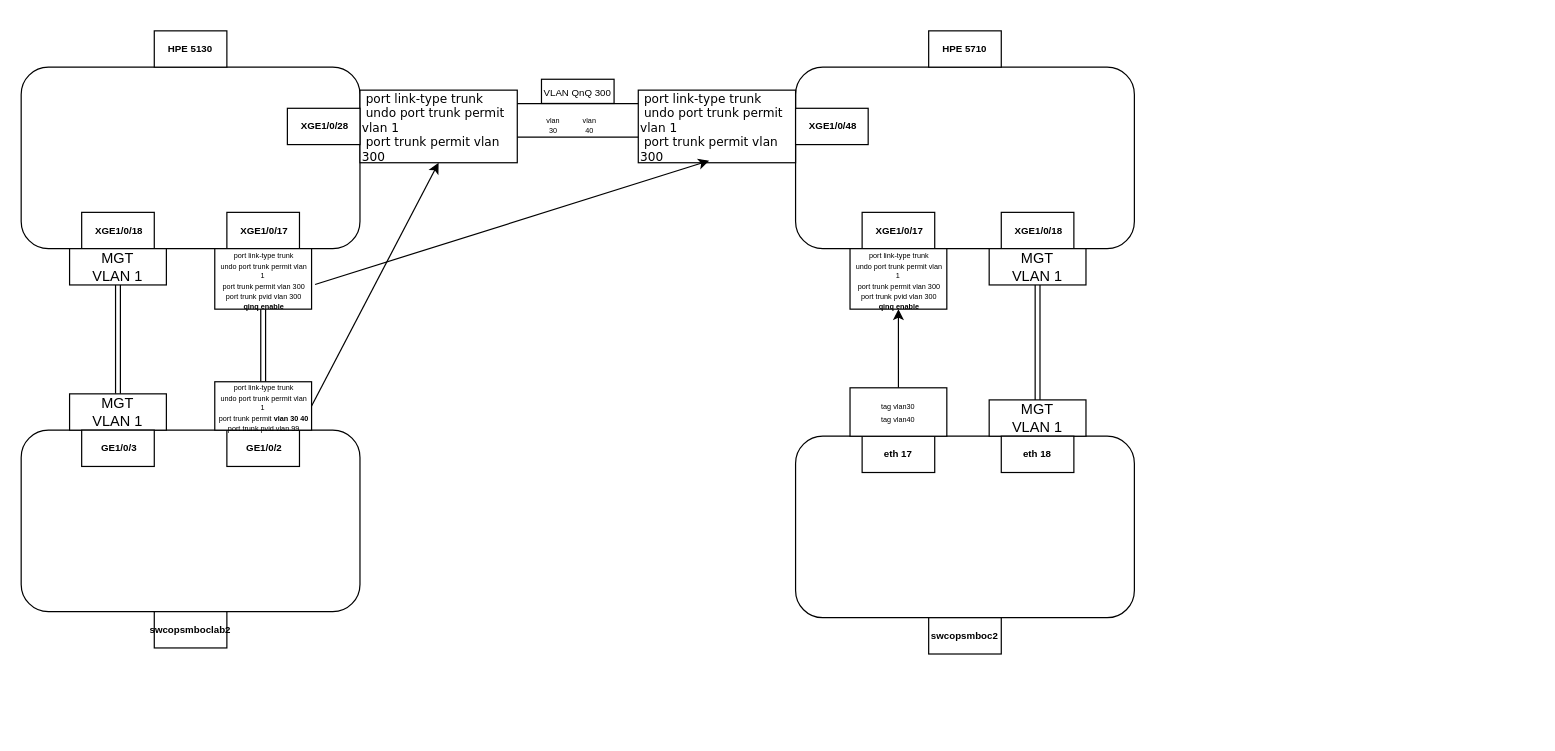
Earlier version of the draw.io diagram LAB-QnQ.drawio (Vish22/drawio). Source tidied: cells renumbered, new cells numbered last; positions are measured from the earlier drawing's top-left corner, leaving out a move shared by most shapes. Both pictures are drawn from the tidied source at 121%, with x=0, y=0 at pixel (21, 30).
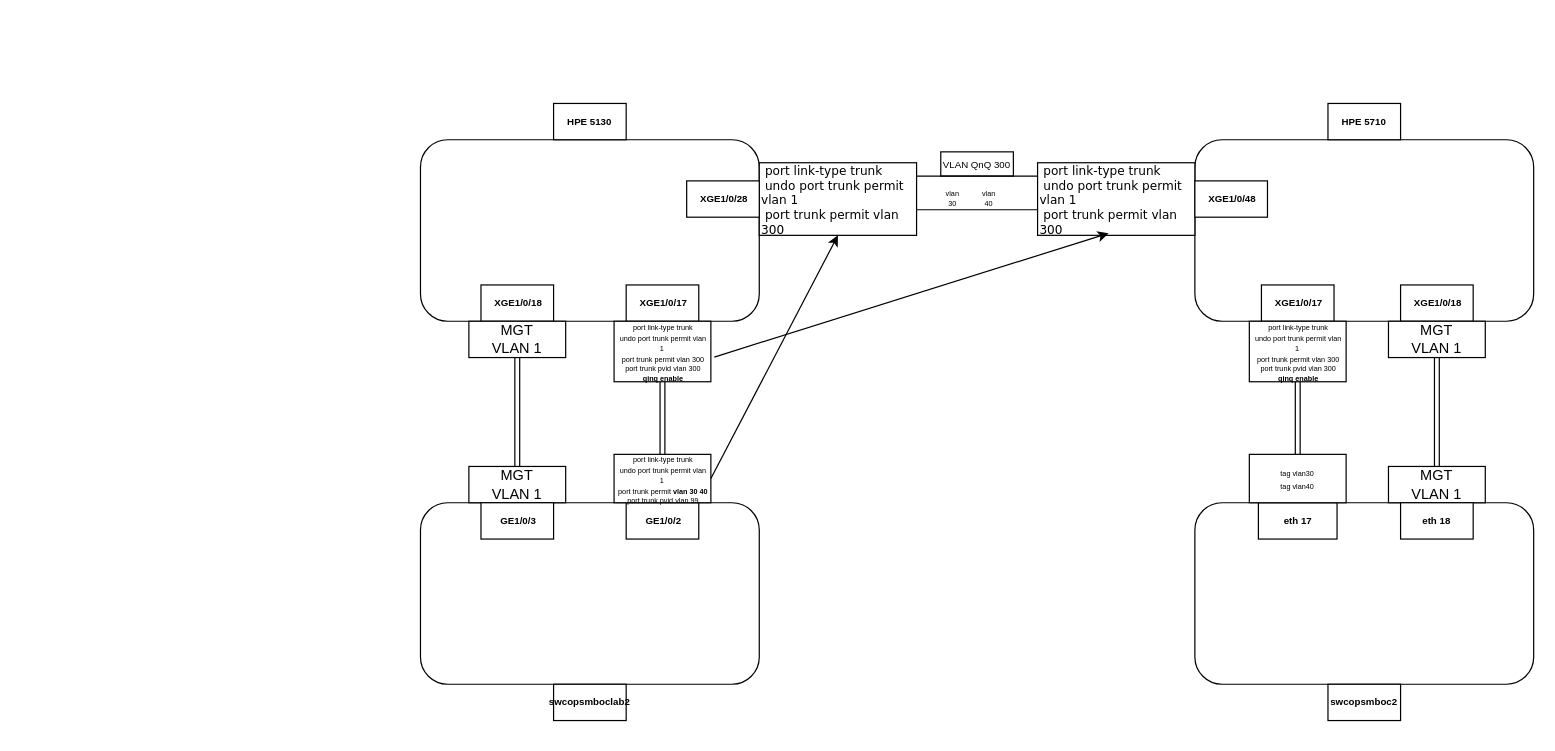
The same diagram, later.

Commit message:
Mettre à jour LAB-QnQ.drawio

Unchanged cells that the change refers to:
```xml
<mxCell id="7" value="&lt;div style=&quot;line-height: 100%;&quot;&gt;&lt;div&gt;&lt;font face=&quot;Verdana&quot; style=&quot;font-size: 10px; line-height: 100%;&quot;&gt;&amp;nbsp;port link-type trunk&lt;/font&gt;&lt;/div&gt;&lt;div&gt;&lt;font face=&quot;Verdana&quot; style=&quot;font-size: 10px; line-height: 100%;&quot;&gt;&amp;nbsp;undo port trunk permit vlan 1&lt;/font&gt;&lt;/div&gt;&lt;div&gt;&lt;font face=&quot;Verdana&quot; style=&quot;font-size: 10px; line-height: 100%;&quot;&gt;&amp;nbsp;port trunk permit vlan 300&lt;/font&gt;&lt;/div&gt;&lt;/div&gt;" style="rounded=0;whiteSpace=wrap;html=1;align=left;" parent="6" vertex="1">
  <mxGeometry x="60" y="5" width="130" height="60" as="geometry" />
</mxCell>
<mxCell id="14" value="&lt;div style=&quot;line-height: 100%;&quot;&gt;&lt;div&gt;&lt;font face=&quot;Verdana&quot; style=&quot;font-size: 10px; line-height: 100%;&quot;&gt;&amp;nbsp;port link-type trunk&lt;/font&gt;&lt;/div&gt;&lt;div&gt;&lt;font face=&quot;Verdana&quot; style=&quot;font-size: 10px; line-height: 100%;&quot;&gt;&amp;nbsp;undo port trunk permit vlan 1&lt;/font&gt;&lt;/div&gt;&lt;div&gt;&lt;font face=&quot;Verdana&quot; style=&quot;font-size: 10px; line-height: 100%;&quot;&gt;&amp;nbsp;port trunk permit vlan 300&lt;/font&gt;&lt;/div&gt;&lt;/div&gt;" style="rounded=0;whiteSpace=wrap;html=1;align=left;" parent="6" vertex="1">
  <mxGeometry x="290" y="5" width="130" height="60" as="geometry" />
</mxCell>
<mxCell id="19" value="MGT&lt;br&gt;VLAN 1" style="text;html=1;align=center;verticalAlign=middle;whiteSpace=wrap;rounded=0;fillColor=default;strokeColor=default;" parent="17" vertex="1">
  <mxGeometry y="30" width="80" height="30" as="geometry" />
</mxCell>
<mxCell id="22" value="MGT&lt;br&gt;VLAN 1" style="text;html=1;align=center;verticalAlign=middle;whiteSpace=wrap;rounded=0;fillColor=default;strokeColor=default;" parent="20" vertex="1">
  <mxGeometry y="30" width="80" height="30" as="geometry" />
</mxCell>
<mxCell id="25" value="&lt;div style=&quot;line-height: 70%;&quot;&gt;&lt;div&gt;&lt;font style=&quot;font-size: 6px; line-height: 70%;&quot;&gt;&amp;nbsp;port link-type trunk&lt;/font&gt;&lt;/div&gt;&lt;div&gt;&lt;font style=&quot;font-size: 6px; line-height: 70%;&quot;&gt;&amp;nbsp;undo port trunk permit vlan 1&lt;/font&gt;&lt;/div&gt;&lt;div&gt;&lt;font style=&quot;font-size: 6px; line-height: 70%;&quot;&gt;&amp;nbsp;port trunk permit vlan 300&lt;/font&gt;&lt;/div&gt;&lt;div&gt;&lt;font style=&quot;font-size: 6px; line-height: 70%;&quot;&gt;&amp;nbsp;port trunk pvid vlan 300&lt;/font&gt;&lt;/div&gt;&lt;div&gt;&lt;font style=&quot;font-size: 6px; line-height: 70%;&quot;&gt;&lt;b&gt;&amp;nbsp;qinq enable&lt;/b&gt;&lt;/font&gt;&lt;/div&gt;&lt;/div&gt;" style="text;html=1;align=center;verticalAlign=middle;whiteSpace=wrap;rounded=0;fillColor=default;strokeColor=default;" parent="23" vertex="1">
  <mxGeometry y="30" width="80" height="50" as="geometry" />
</mxCell>
<mxCell id="28" value="&lt;div style=&quot;line-height: 70%;&quot;&gt;&lt;div&gt;&lt;font style=&quot;font-size: 6px; line-height: 70%;&quot;&gt;&amp;nbsp;port link-type trunk&lt;/font&gt;&lt;/div&gt;&lt;div&gt;&lt;font style=&quot;font-size: 6px; line-height: 70%;&quot;&gt;&amp;nbsp;undo port trunk permit vlan 1&lt;/font&gt;&lt;/div&gt;&lt;div&gt;&lt;font style=&quot;font-size: 6px; line-height: 70%;&quot;&gt;&amp;nbsp;port trunk permit vlan 300&lt;/font&gt;&lt;/div&gt;&lt;div&gt;&lt;font style=&quot;font-size: 6px; line-height: 70%;&quot;&gt;&amp;nbsp;port trunk pvid vlan 300&lt;/font&gt;&lt;/div&gt;&lt;div&gt;&lt;font style=&quot;font-size: 6px; line-height: 70%;&quot;&gt;&lt;b&gt;&amp;nbsp;qinq enable&lt;/b&gt;&lt;/font&gt;&lt;/div&gt;&lt;/div&gt;" style="text;html=1;align=center;verticalAlign=middle;whiteSpace=wrap;rounded=0;fillColor=default;strokeColor=default;" parent="26" vertex="1">
  <mxGeometry y="30" width="80" height="50" as="geometry" />
</mxCell>
```

Diff of the diagram source:
```diff
@@
+    <mxCell id="47" style="group;" parent="1" vertex="1">
+      <mxGeometry x="330" y="60" width="920" height="515" as="geometry" />
+    </mxCell>
-    <mxCell id="2" style="rounded=1;whiteSpace=wrap;html=1;" parent="1" vertex="1">
+    <mxCell id="2" style="rounded=1;whiteSpace=wrap;html=1;" parent="47" vertex="1">
       <mxGeometry y="30" width="280" height="150" as="geometry" />
     </mxCell>
-    <mxCell id="3" value="&lt;h6&gt;HPE 5130&lt;/h6&gt;" style="text;html=1;align=center;verticalAlign=middle;whiteSpace=wrap;rounded=0;fillColor=default;strokeColor=default;" parent="1" vertex="1">
+    <mxCell id="3" value="&lt;h6&gt;HPE 5130&lt;/h6&gt;" style="text;html=1;align=center;verticalAlign=middle;whiteSpace=wrap;rounded=0;fillColor=default;strokeColor=default;" parent="47" vertex="1">
       <mxGeometry x="110" width="60" height="30" as="geometry" />
     </mxCell>
-    <mxCell id="4" style="rounded=1;whiteSpace=wrap;html=1;" parent="1" vertex="1">
+    <mxCell id="4" style="rounded=1;whiteSpace=wrap;html=1;" parent="47" vertex="1">
       <mxGeometry x="640" y="30" width="280" height="150" as="geometry" />
     </mxCell>
-    <mxCell id="5" value="&lt;h6&gt;HPE 5710&lt;/h6&gt;" style="text;html=1;align=center;verticalAlign=middle;whiteSpace=wrap;rounded=0;fillColor=default;strokeColor=default;" parent="1" vertex="1">
+    <mxCell id="5" value="&lt;h6&gt;HPE 5710&lt;/h6&gt;" style="text;html=1;align=center;verticalAlign=middle;whiteSpace=wrap;rounded=0;fillColor=default;strokeColor=default;" parent="47" vertex="1">
       <mxGeometry x="750" width="60" height="30" as="geometry" />
     </mxCell>
-    <mxCell id="6" style="group;" parent="1" vertex="1">
+    <mxCell id="6" style="group;" parent="47" vertex="1">
       <mxGeometry x="220" y="44" width="480" height="65" as="geometry" />
     </mxCell>
@@
-    <mxCell id="17" style="group;" parent="1" vertex="1">
+    <mxCell id="17" style="group;" parent="47" vertex="1">
       <mxGeometry x="40" y="150" width="80" height="60" as="geometry" />
     </mxCell>
@@
-    <mxCell id="20" style="group;" parent="1" vertex="1">
+    <mxCell id="20" style="group;" parent="47" vertex="1">
       <mxGeometry x="800" y="150" width="80" height="60" as="geometry" />
     </mxCell>
@@
-    <mxCell id="23" style="group;" parent="1" vertex="1">
+    <mxCell id="23" style="group;" parent="47" vertex="1">
       <mxGeometry x="160" y="150" width="80" height="80" as="geometry" />
     </mxCell>
@@
-    <mxCell id="26" style="group;" parent="1" vertex="1">
+    <mxCell id="26" style="group;" parent="47" vertex="1">
       <mxGeometry x="685" y="150" width="80" height="80" as="geometry" />
     </mxCell>
@@
-    <mxCell id="29" style="rounded=1;whiteSpace=wrap;html=1;" parent="1" vertex="1">
+    <mxCell id="29" style="rounded=1;whiteSpace=wrap;html=1;" parent="47" vertex="1">
       <mxGeometry y="330" width="280" height="150" as="geometry" />
     </mxCell>
-    <mxCell id="30" value="&lt;h6&gt;swcopsmboclab2&lt;/h6&gt;" style="text;html=1;align=center;verticalAlign=middle;whiteSpace=wrap;rounded=0;fillColor=default;strokeColor=default;" parent="1" vertex="1">
+    <mxCell id="30" value="&lt;h6&gt;swcopsmboclab2&lt;/h6&gt;" style="text;html=1;align=center;verticalAlign=middle;whiteSpace=wrap;rounded=0;fillColor=default;strokeColor=default;" parent="47" vertex="1">
       <mxGeometry x="110" y="480" width="60" height="30" as="geometry" />
     </mxCell>
-    <mxCell id="31" style="edgeStyle=orthogonalEdgeStyle;rounded=0;jettySize=auto;html=1;entryX=0.5;entryY=1;entryDx=0;entryDy=0;shape=link;" parent="1" edge="1" source="32" target="19">
+    <mxCell id="31" style="edgeStyle=orthogonalEdgeStyle;rounded=0;jettySize=auto;html=1;entryX=0.5;entryY=1;entryDx=0;entryDy=0;shape=link;" parent="47" edge="1" source="32" target="19">
       <mxGeometry relative="1" as="geometry" />
     </mxCell>
-    <mxCell id="32" value="MGT&lt;br&gt;VLAN 1" style="text;html=1;align=center;verticalAlign=middle;whiteSpace=wrap;rounded=0;fillColor=default;strokeColor=default;" parent="1" vertex="1">
+    <mxCell id="32" value="MGT&lt;br&gt;VLAN 1" style="text;html=1;align=center;verticalAlign=middle;whiteSpace=wrap;rounded=0;fillColor=default;strokeColor=default;" parent="47" vertex="1">
       <mxGeometry x="40" y="300" width="80" height="30" as="geometry" />
     </mxCell>
-    <mxCell id="33" value="&lt;h6&gt;&amp;nbsp;GE1/0/3&lt;/h6&gt;" style="text;html=1;align=center;verticalAlign=middle;whiteSpace=wrap;rounded=0;fillColor=default;strokeColor=default;" parent="1" vertex="1">
+    <mxCell id="33" value="&lt;h6&gt;&amp;nbsp;GE1/0/3&lt;/h6&gt;" style="text;html=1;align=center;verticalAlign=middle;whiteSpace=wrap;rounded=0;fillColor=default;strokeColor=default;" parent="47" vertex="1">
       <mxGeometry x="50" y="330" width="60" height="30" as="geometry" />
     </mxCell>
-    <mxCell id="34" value="&lt;h6&gt;&amp;nbsp;GE1/0/2&lt;/h6&gt;" style="text;html=1;align=center;verticalAlign=middle;whiteSpace=wrap;rounded=0;fillColor=default;strokeColor=default;" parent="1" vertex="1">
+    <mxCell id="34" value="&lt;h6&gt;&amp;nbsp;GE1/0/2&lt;/h6&gt;" style="text;html=1;align=center;verticalAlign=middle;whiteSpace=wrap;rounded=0;fillColor=default;strokeColor=default;" parent="47" vertex="1">
       <mxGeometry x="170" y="330" width="60" height="30" as="geometry" />
     </mxCell>
-    <mxCell id="35" style="edgeStyle=orthogonalEdgeStyle;rounded=0;jettySize=auto;html=1;exitX=0.5;exitY=0;exitDx=0;exitDy=0;entryX=0.5;entryY=1;entryDx=0;entryDy=0;shape=link;" parent="1" edge="1" source="36" target="25">
+    <mxCell id="35" style="edgeStyle=orthogonalEdgeStyle;rounded=0;jettySize=auto;html=1;exitX=0.5;exitY=0;exitDx=0;exitDy=0;entryX=0.5;entryY=1;entryDx=0;entryDy=0;shape=link;" parent="47" edge="1" source="36" target="25">
       <mxGeometry relative="1" as="geometry" />
     </mxCell>
-    <mxCell id="36" value="&lt;div style=&quot;line-height: 70%;&quot;&gt;&lt;div&gt;&lt;span style=&quot;font-size: 6px; line-height: 70%;&quot;&gt;&amp;nbsp;port link-type trunk&lt;/span&gt;&lt;/div&gt;&lt;div&gt;&lt;span style=&quot;font-size: 6px; line-height: 70%;&quot;&gt;&amp;nbsp;undo port trunk permit vlan 1&lt;/span&gt;&lt;/div&gt;&lt;div&gt;&lt;span style=&quot;font-size: 6px; line-height: 70%;&quot;&gt;&amp;nbsp;port trunk permit &lt;b&gt;vlan 30 40&lt;/b&gt;&lt;/span&gt;&lt;/div&gt;&lt;div&gt;&lt;span style=&quot;font-size: 6px; line-height: 70%;&quot;&gt;&amp;nbsp;port trunk pvid vlan 99&lt;/span&gt;&lt;/div&gt;&lt;/div&gt;" style="text;html=1;align=center;verticalAlign=middle;whiteSpace=wrap;rounded=0;fillColor=default;strokeColor=default;" parent="1" vertex="1">
+    <mxCell id="36" value="&lt;div style=&quot;line-height: 70%;&quot;&gt;&lt;div&gt;&lt;span style=&quot;font-size: 6px; line-height: 70%;&quot;&gt;&amp;nbsp;port link-type trunk&lt;/span&gt;&lt;/div&gt;&lt;div&gt;&lt;span style=&quot;font-size: 6px; line-height: 70%;&quot;&gt;&amp;nbsp;undo port trunk permit vlan 1&lt;/span&gt;&lt;/div&gt;&lt;div&gt;&lt;span style=&quot;font-size: 6px; line-height: 70%;&quot;&gt;&amp;nbsp;port trunk permit &lt;b&gt;vlan 30 40&lt;/b&gt;&lt;/span&gt;&lt;/div&gt;&lt;div&gt;&lt;span style=&quot;font-size: 6px; line-height: 70%;&quot;&gt;&amp;nbsp;port trunk pvid vlan 99&lt;/span&gt;&lt;/div&gt;&lt;/div&gt;" style="text;html=1;align=center;verticalAlign=middle;whiteSpace=wrap;rounded=0;fillColor=default;strokeColor=default;" parent="47" vertex="1">
       <mxGeometry x="160" y="290" width="80" height="40" as="geometry" />
     </mxCell>
-    <mxCell id="37" style="rounded=1;whiteSpace=wrap;html=1;" parent="1" vertex="1">
-      <mxGeometry x="640" y="335" width="280" height="150" as="geometry" />
+    <mxCell id="37" style="rounded=1;whiteSpace=wrap;html=1;" parent="47" vertex="1">
+      <mxGeometry x="640" y="330" width="280" height="150" as="geometry" />
     </mxCell>
-    <mxCell id="38" value="&lt;h6&gt;swcopsmboc2&lt;/h6&gt;" style="text;html=1;align=center;verticalAlign=middle;whiteSpace=wrap;rounded=0;fillColor=default;strokeColor=default;" parent="1" vertex="1">
-      <mxGeometry x="750" y="485" width="60" height="30" as="geometry" />
+    <mxCell id="38" value="&lt;h6&gt;swcopsmboc2&lt;/h6&gt;" style="text;html=1;align=center;verticalAlign=middle;whiteSpace=wrap;rounded=0;fillColor=default;strokeColor=default;" parent="47" vertex="1">
+      <mxGeometry x="750" y="480" width="60" height="30" as="geometry" />
     </mxCell>
-    <mxCell id="39" style="edgeStyle=orthogonalEdgeStyle;rounded=0;jettySize=auto;html=1;entryX=0.5;entryY=1;entryDx=0;entryDy=0;shape=link;" parent="1" edge="1" source="40" target="22">
+    <mxCell id="39" style="edgeStyle=orthogonalEdgeStyle;rounded=0;jettySize=auto;html=1;entryX=0.5;entryY=1;entryDx=0;entryDy=0;shape=link;" parent="47" edge="1" source="40" target="22">
       <mxGeometry relative="1" as="geometry" />
     </mxCell>
-    <mxCell id="40" value="MGT&lt;br&gt;VLAN 1" style="text;html=1;align=center;verticalAlign=middle;whiteSpace=wrap;rounded=0;fillColor=default;strokeColor=default;" parent="1" vertex="1">
-      <mxGeometry x="800" y="305" width="80" height="30" as="geometry" />
+    <mxCell id="40" value="MGT&lt;br&gt;VLAN 1" style="text;html=1;align=center;verticalAlign=middle;whiteSpace=wrap;rounded=0;fillColor=default;strokeColor=default;" parent="47" vertex="1">
+      <mxGeometry x="800" y="300" width="80" height="30" as="geometry" />
     </mxCell>
-    <mxCell id="41" value="&lt;h6&gt;eth 17&lt;/h6&gt;" style="text;html=1;align=center;verticalAlign=middle;whiteSpace=wrap;rounded=0;fillColor=default;strokeColor=default;" parent="1" vertex="1">
-      <mxGeometry x="695" y="335" width="60" height="30" as="geometry" />
+    <mxCell id="41" value="&lt;h6&gt;eth 17&lt;/h6&gt;" style="text;html=1;align=center;verticalAlign=middle;whiteSpace=wrap;rounded=0;fillColor=default;strokeColor=default;" parent="47" vertex="1">
+      <mxGeometry x="692.5" y="330" width="65" height="30" as="geometry" />
     </mxCell>
-    <mxCell id="42" value="&lt;h6&gt;eth 18&lt;/h6&gt;" style="text;html=1;align=center;verticalAlign=middle;whiteSpace=wrap;rounded=0;fillColor=default;strokeColor=default;" parent="1" vertex="1">
-      <mxGeometry x="810" y="335" width="60" height="30" as="geometry" />
+    <mxCell id="42" value="&lt;h6&gt;eth 18&lt;/h6&gt;" style="text;html=1;align=center;verticalAlign=middle;whiteSpace=wrap;rounded=0;fillColor=default;strokeColor=default;" parent="47" vertex="1">
+      <mxGeometry x="810" y="330" width="60" height="30" as="geometry" />
     </mxCell>
-    <mxCell id="43" style="edgeStyle=orthogonalEdgeStyle;rounded=0;jettySize=auto;html=1;" parent="1" edge="1" source="44" target="28">
+    <mxCell id="43" style="edgeStyle=orthogonalEdgeStyle;rounded=0;jettySize=auto;html=1;shape=link;" parent="47" edge="1" source="44" target="28">
       <mxGeometry relative="1" as="geometry" />
     </mxCell>
-    <mxCell id="44" value="&lt;div style=&quot;line-height: 70%;&quot;&gt;&lt;div&gt;&lt;span style=&quot;font-size: 6px;&quot;&gt;tag vlan30&lt;/span&gt;&lt;/div&gt;&lt;div&gt;&lt;span style=&quot;font-size: 6px;&quot;&gt;tag vlan40&lt;/span&gt;&lt;/div&gt;&lt;/div&gt;" style="text;html=1;align=center;verticalAlign=middle;whiteSpace=wrap;rounded=0;fillColor=default;strokeColor=default;" parent="1" vertex="1">
-      <mxGeometry x="685" y="295" width="80" height="40" as="geometry" />
+    <mxCell id="44" value="&lt;div style=&quot;line-height: 70%;&quot;&gt;&lt;div&gt;&lt;span style=&quot;font-size: 6px;&quot;&gt;tag vlan30&lt;/span&gt;&lt;/div&gt;&lt;div&gt;&lt;span style=&quot;font-size: 6px;&quot;&gt;tag vlan40&lt;/span&gt;&lt;/div&gt;&lt;/div&gt;" style="text;html=1;align=center;verticalAlign=middle;whiteSpace=wrap;rounded=0;fillColor=default;strokeColor=default;" parent="47" vertex="1">
+      <mxGeometry x="685" y="290" width="80" height="40" as="geometry" />
     </mxCell>
-    <mxCell id="45" style="endArrow=classic;html=1;rounded=0;exitX=1.036;exitY=0.592;exitDx=0;exitDy=0;exitPerimeter=0;entryX=0.451;entryY=0.972;entryDx=0;entryDy=0;entryPerimeter=0;" parent="1" edge="1" source="25" target="14">
+    <mxCell id="45" style="endArrow=classic;html=1;rounded=0;exitX=1.036;exitY=0.592;exitDx=0;exitDy=0;exitPerimeter=0;entryX=0.451;entryY=0.972;entryDx=0;entryDy=0;entryPerimeter=0;" parent="47" edge="1" source="25" target="14">
       <mxGeometry relative="1" as="geometry" />
     </mxCell>
-    <mxCell id="46" style="endArrow=classic;html=1;rounded=0;entryX=0.5;entryY=1;entryDx=0;entryDy=0;exitX=1;exitY=0.5;exitDx=0;exitDy=0;" parent="1" edge="1" source="36" target="7">
+    <mxCell id="46" style="endArrow=classic;html=1;rounded=0;entryX=0.5;entryY=1;entryDx=0;entryDy=0;exitX=1;exitY=0.5;exitDx=0;exitDy=0;" parent="47" edge="1" source="36" target="7">
       <mxGeometry relative="1" as="geometry" />
     </mxCell>
```
